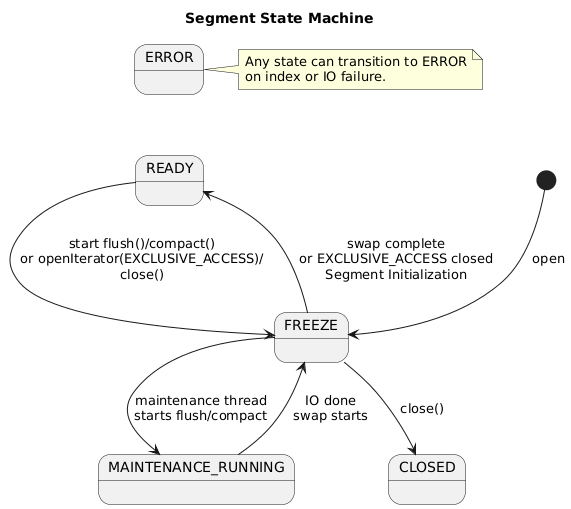
This is docs/architecture/segment-state-machine.png from jajir/HestiaStore, a PlantUML export, as it was before one commit.
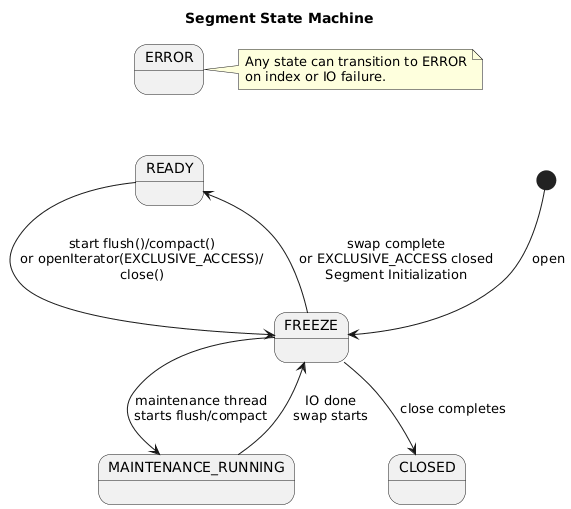
After the change.

Commit message:
refactor: remove unused close monitor from SegmentConcurrencyGate

The edit, as a diff of the source:
```diff
@@ -9,7 +9,7 @@
 [*] --> FREEZE : open
 FREEZE --> MAINTENANCE_RUNNING : maintenance thread\nstarts flush/compact
 FREEZE --> READY : swap complete\nor EXCLUSIVE_ACCESS closed\nSegment Initialization
-FREEZE --> CLOSED : close()
+FREEZE --> CLOSED : close completes
 READY --> FREEZE : start flush()/compact()\nor openIterator(EXCLUSIVE_ACCESS)/\nclose()
 MAINTENANCE_RUNNING --> FREEZE : IO done\nswap starts
 
```
